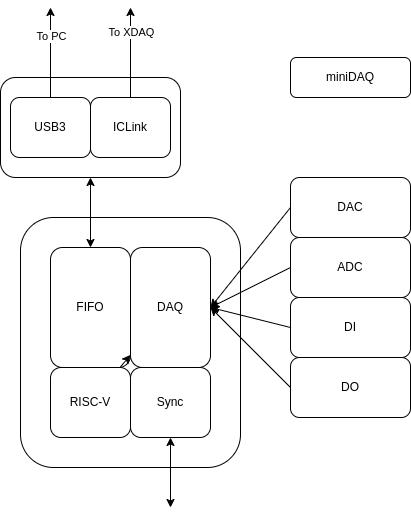
tzechienchu/mynotes keeps this draw.io diagram as docs/subtitles/SyncExpander/miniDAQ.png. Above is the earlier version. Source tidied: cells renumbered, new cells last; positions are measured from the earlier drawing's top-left corner, leaving out a move shared by most shapes.
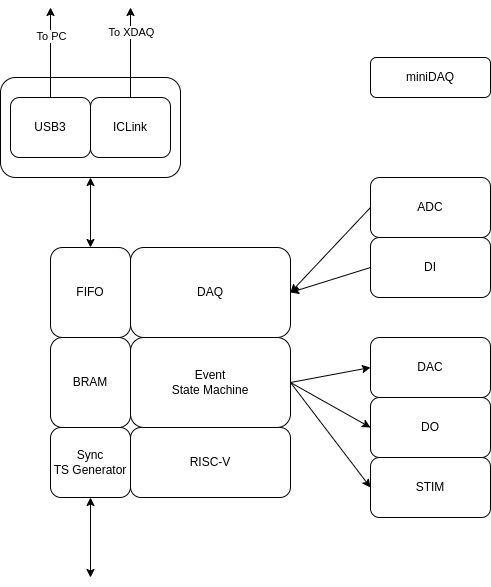
The same diagram one commit later.

What changed in the source:
```diff
@@ -3,86 +3,88 @@
     <mxCell id="0" />
     <mxCell id="1" parent="0" />
     <mxCell id="2" value="COMM" style="rounded=1;whiteSpace=wrap;html=1;" parent="1" vertex="1">
-      <mxGeometry y="70" width="180" height="100" as="geometry" />
+      <mxGeometry x="-80" y="70" width="180" height="100" as="geometry" />
     </mxCell>
     <mxCell id="3" style="edgeStyle=none;html=1;exitX=0.5;exitY=0;exitDx=0;exitDy=0;" parent="1" edge="1" source="5">
       <mxGeometry relative="1" as="geometry">
-        <mxPoint x="50" as="targetPoint" />
+        <mxPoint x="-30" as="targetPoint" />
       </mxGeometry>
     </mxCell>
     <mxCell id="4" value="To PC" style="edgeLabel;html=1;align=center;verticalAlign=middle;" parent="3" vertex="1">
       <mxGeometry x="0.37" relative="1" as="geometry" />
     </mxCell>
     <mxCell id="5" value="USB3" style="rounded=1;whiteSpace=wrap;html=1;" parent="1" vertex="1">
-      <mxGeometry x="10" y="90" width="80" height="60" as="geometry" />
+      <mxGeometry x="-70" y="90" width="80" height="60" as="geometry" />
     </mxCell>
     <mxCell id="6" style="edgeStyle=none;html=1;exitX=0.5;exitY=0;exitDx=0;exitDy=0;" parent="1" edge="1" source="8">
       <mxGeometry relative="1" as="geometry">
-        <mxPoint x="130" as="targetPoint" />
+        <mxPoint x="50" as="targetPoint" />
       </mxGeometry>
     </mxCell>
     <mxCell id="7" value="To XDAQ" style="edgeLabel;html=1;align=center;verticalAlign=middle;" parent="6" vertex="1">
       <mxGeometry x="0.46" relative="1" as="geometry" />
     </mxCell>
     <mxCell id="8" value="ICLink" style="rounded=1;whiteSpace=wrap;html=1;" parent="1" vertex="1">
-      <mxGeometry x="90" y="90" width="80" height="60" as="geometry" />
+      <mxGeometry x="10" y="90" width="80" height="60" as="geometry" />
     </mxCell>
-    <mxCell id="9" value="miniDAQ FPGA" style="rounded=1;whiteSpace=wrap;html=1;" parent="1" vertex="1">
-      <mxGeometry x="20" y="210" width="220" height="250" as="geometry" />
-    </mxCell>
-    <mxCell id="10" style="edgeStyle=none;html=1;exitX=0;exitY=0.5;exitDx=0;exitDy=0;entryX=1;entryY=0.5;entryDx=0;entryDy=0;" parent="1" edge="1" source="11" target="18">
-      <mxGeometry relative="1" as="geometry" />
-    </mxCell>
     <mxCell id="11" value="DAC" style="rounded=1;whiteSpace=wrap;html=1;" parent="1" vertex="1">
-      <mxGeometry x="290" y="170" width="120" height="60" as="geometry" />
+      <mxGeometry x="290" y="330" width="120" height="60" as="geometry" />
     </mxCell>
-    <mxCell id="12" style="edgeStyle=none;html=1;exitX=0;exitY=0.5;exitDx=0;exitDy=0;" parent="1" edge="1" source="13">
-      <mxGeometry relative="1" as="geometry">
-        <mxPoint x="210" y="300" as="targetPoint" />
-      </mxGeometry>
+    <mxCell id="12" style="edgeStyle=none;html=1;exitX=0;exitY=0.5;exitDx=0;exitDy=0;entryX=1;entryY=0.5;entryDx=0;entryDy=0;" parent="1" edge="1" source="13" target="18">
+      <mxGeometry relative="1" as="geometry" />
     </mxCell>
     <mxCell id="13" value="ADC" style="rounded=1;whiteSpace=wrap;html=1;" parent="1" vertex="1">
-      <mxGeometry x="290" y="230" width="120" height="60" as="geometry" />
+      <mxGeometry x="290" y="170" width="120" height="60" as="geometry" />
     </mxCell>
-    <mxCell id="14" style="edgeStyle=none;html=1;exitX=0;exitY=0.5;exitDx=0;exitDy=0;" parent="1" edge="1" source="15">
-      <mxGeometry relative="1" as="geometry">
-        <mxPoint x="210" y="300" as="targetPoint" />
-      </mxGeometry>
+    <mxCell id="14" style="edgeStyle=none;html=1;exitX=0;exitY=0.5;exitDx=0;exitDy=0;entryX=1;entryY=0.5;entryDx=0;entryDy=0;" parent="1" edge="1" source="15" target="18">
+      <mxGeometry relative="1" as="geometry" />
     </mxCell>
     <mxCell id="15" value="DI" style="rounded=1;whiteSpace=wrap;html=1;" parent="1" vertex="1">
-      <mxGeometry x="290" y="290" width="120" height="60" as="geometry" />
+      <mxGeometry x="290" y="230" width="120" height="60" as="geometry" />
     </mxCell>
-    <mxCell id="16" style="edgeStyle=none;html=1;exitX=0;exitY=0.5;exitDx=0;exitDy=0;entryX=1;entryY=0.5;entryDx=0;entryDy=0;" parent="1" edge="1" source="17" target="18">
-      <mxGeometry relative="1" as="geometry" />
-    </mxCell>
     <mxCell id="17" value="DO" style="rounded=1;whiteSpace=wrap;html=1;" parent="1" vertex="1">
-      <mxGeometry x="290" y="350" width="120" height="60" as="geometry" />
+      <mxGeometry x="290" y="390" width="120" height="60" as="geometry" />
     </mxCell>
     <mxCell id="18" value="DAQ" style="rounded=1;whiteSpace=wrap;html=1;" parent="1" vertex="1">
-      <mxGeometry x="130" y="240" width="80" height="120" as="geometry" />
+      <mxGeometry x="50" y="240" width="160" height="90" as="geometry" />
     </mxCell>
     <mxCell id="19" style="edgeStyle=none;html=1;exitX=0.5;exitY=0;exitDx=0;exitDy=0;entryX=0.5;entryY=1;entryDx=0;entryDy=0;startArrow=classic;startFill=1;" parent="1" edge="1" source="20" target="2">
       <mxGeometry relative="1" as="geometry" />
     </mxCell>
     <mxCell id="20" value="FIFO" style="rounded=1;whiteSpace=wrap;html=1;" parent="1" vertex="1">
-      <mxGeometry x="50" y="240" width="80" height="120" as="geometry" />
+      <mxGeometry x="-30" y="240" width="80" height="90" as="geometry" />
     </mxCell>
-    <mxCell id="21" style="edgeStyle=none;html=1;" parent="1" edge="1" source="22" target="18">
-      <mxGeometry relative="1" as="geometry" />
-    </mxCell>
     <mxCell id="22" value="RISC-V" style="rounded=1;whiteSpace=wrap;html=1;" parent="1" vertex="1">
-      <mxGeometry x="50" y="360" width="80" height="70" as="geometry" />
+      <mxGeometry x="50" y="420" width="160" height="70" as="geometry" />
     </mxCell>
     <mxCell id="23" style="edgeStyle=none;html=1;exitX=0.5;exitY=1;exitDx=0;exitDy=0;startArrow=classic;startFill=1;" parent="1" edge="1" source="24">
       <mxGeometry relative="1" as="geometry">
-        <mxPoint x="170" y="500" as="targetPoint" />
+        <mxPoint x="10" y="570" as="targetPoint" />
       </mxGeometry>
     </mxCell>
-    <mxCell id="24" value="Sync" style="rounded=1;whiteSpace=wrap;html=1;" parent="1" vertex="1">
-      <mxGeometry x="130" y="360" width="80" height="70" as="geometry" />
+    <mxCell id="24" value="Sync&lt;div&gt;TS Generator&lt;/div&gt;" style="rounded=1;whiteSpace=wrap;html=1;" parent="1" vertex="1">
+      <mxGeometry x="-30" y="420" width="80" height="70" as="geometry" />
     </mxCell>
     <mxCell id="25" value="miniDAQ" style="rounded=1;whiteSpace=wrap;html=1;" parent="1" vertex="1">
       <mxGeometry x="290" y="50" width="120" height="40" as="geometry" />
     </mxCell>
+    <mxCell id="26" value="STIM" style="rounded=1;whiteSpace=wrap;html=1;" parent="1" vertex="1">
+      <mxGeometry x="290" y="450" width="120" height="60" as="geometry" />
+    </mxCell>
+    <mxCell id="27" value="BRAM" style="rounded=1;whiteSpace=wrap;html=1;" parent="1" vertex="1">
+      <mxGeometry x="-30" y="330" width="80" height="90" as="geometry" />
+    </mxCell>
+    <mxCell id="28" style="edgeStyle=none;html=1;exitX=1;exitY=0.5;exitDx=0;exitDy=0;entryX=0;entryY=0.5;entryDx=0;entryDy=0;" parent="1" edge="1" source="31" target="17">
+      <mxGeometry relative="1" as="geometry" />
+    </mxCell>
+    <mxCell id="29" style="edgeStyle=none;html=1;exitX=1;exitY=0.5;exitDx=0;exitDy=0;entryX=0;entryY=0.5;entryDx=0;entryDy=0;" parent="1" edge="1" source="31" target="26">
+      <mxGeometry relative="1" as="geometry" />
+    </mxCell>
+    <mxCell id="30" style="edgeStyle=none;html=1;exitX=1;exitY=0.5;exitDx=0;exitDy=0;entryX=0;entryY=0.5;entryDx=0;entryDy=0;" parent="1" edge="1" source="31" target="11">
+      <mxGeometry relative="1" as="geometry" />
+    </mxCell>
+    <mxCell id="31" value="Event&lt;div&gt;State Machine&lt;/div&gt;" style="rounded=1;whiteSpace=wrap;html=1;" parent="1" vertex="1">
+      <mxGeometry x="50" y="330" width="160" height="90" as="geometry" />
+    </mxCell>
   </root>
 </mxGraphModel>
```
